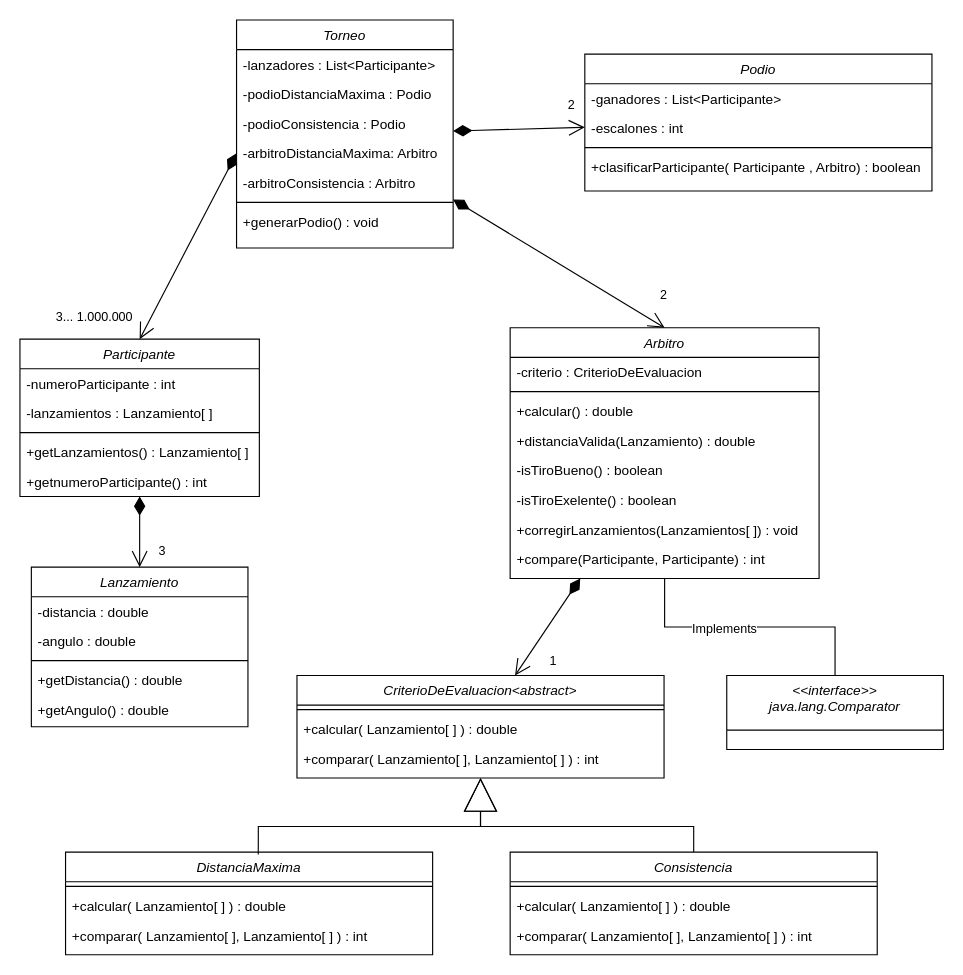
Dami1223/LanzandoELCaber keeps this draw.io diagram as page "Page-1" (1 of 3) of LanzandoCaber/Lanzando el cáber .drawio. Above is the earlier version. Source tidied: cells renumbered, new cells numbered last; positions are measured from the earlier drawing's top-left corner, leaving out a move shared by most shapes. Both pictures are drawn from the tidied source at 114%, with x=0, y=0 at pixel (19, 19).
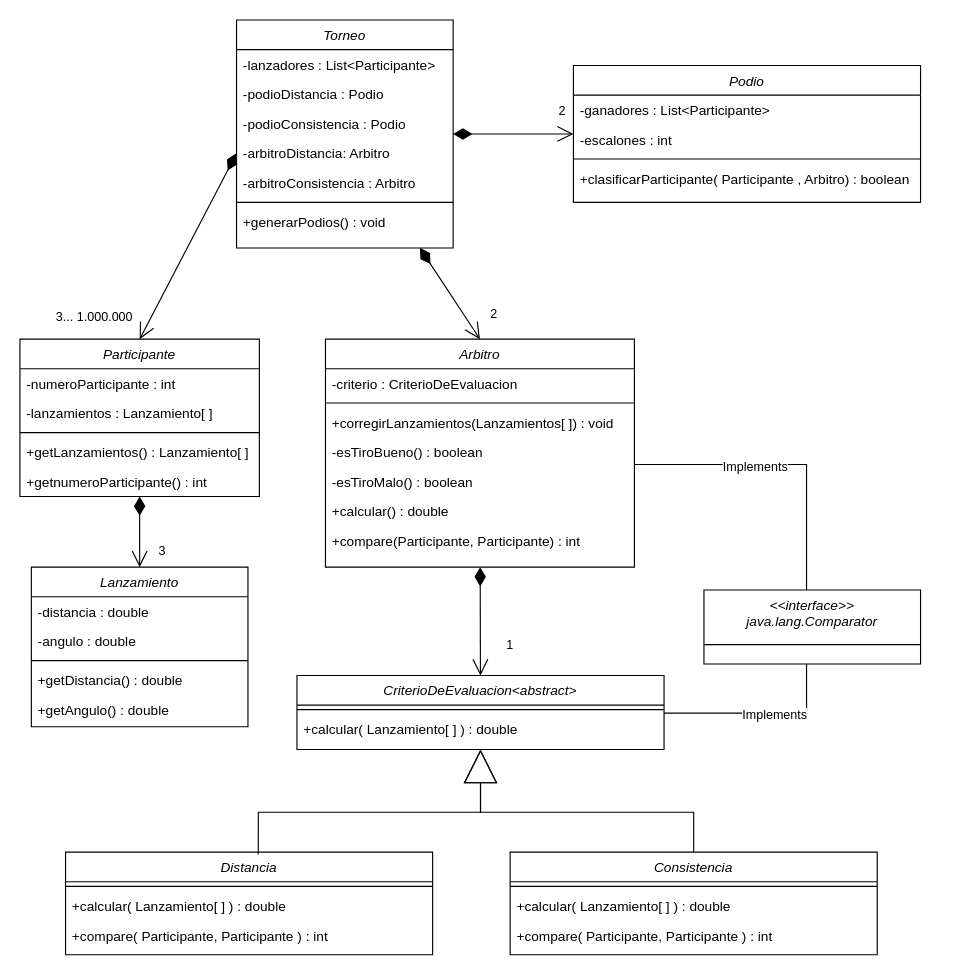
After the change.

Unchanged cells that the change refers to:
```xml
<mxCell id="14" value="Torneo" style="swimlane;fontStyle=2;align=center;verticalAlign=top;horizontal=1;startSize=26;rounded=0;shadow=0;strokeWidth=1;" parent="1" vertex="1">
  <mxGeometry x="190" width="190" height="200" as="geometry" />
</mxCell>
<mxCell id="49" value="Consistencia" style="swimlane;fontStyle=2;align=center;verticalAlign=top;horizontal=1;startSize=26;rounded=0;shadow=0;strokeWidth=1;" parent="1" vertex="1">
  <mxGeometry x="430" y="730" width="322" height="90" as="geometry" />
</mxCell>
```

Change to the diagram source:
```diff
@@
-    <mxCell id="16" value="-podioDistanciaMaxima : Podio" style="text;align=left;verticalAlign=top;spacingLeft=4;spacingRight=4;overflow=hidden;rounded=0;shadow=0;html=0;" parent="14" vertex="1">
+    <mxCell id="16" value="-podioDistancia : Podio" style="text;align=left;verticalAlign=top;spacingLeft=4;spacingRight=4;overflow=hidden;rounded=0;shadow=0;html=0;" parent="14" vertex="1">
       <mxGeometry y="52" width="190" height="26" as="geometry" />
     </mxCell>
@@
-    <mxCell id="18" value="-arbitroDistanciaMaxima: Arbitro" style="text;align=left;verticalAlign=top;spacingLeft=4;spacingRight=4;overflow=hidden;points=[[0,0.5],[1,0.5]];portConstraint=eastwest;rounded=0;shadow=0;html=0;" parent="14" vertex="1">
+    <mxCell id="18" value="-arbitroDistancia: Arbitro" style="text;align=left;verticalAlign=top;spacingLeft=4;spacingRight=4;overflow=hidden;points=[[0,0.5],[1,0.5]];portConstraint=eastwest;rounded=0;shadow=0;html=0;" parent="14" vertex="1">
       <mxGeometry y="104" width="190" height="26" as="geometry" />
     </mxCell>
@@
-    <mxCell id="21" value="+generarPodio() : void" style="text;align=left;verticalAlign=top;spacingLeft=4;spacingRight=4;overflow=hidden;" parent="14" vertex="1">
+    <mxCell id="21" value="+generarPodios() : void" style="text;align=left;verticalAlign=top;spacingLeft=4;spacingRight=4;overflow=hidden;" parent="14" vertex="1">
       <mxGeometry y="164" width="190" height="26" as="geometry" />
     </mxCell>
     <mxCell id="22" value="Podio" style="swimlane;fontStyle=2;align=center;verticalAlign=top;horizontal=1;startSize=26;rounded=0;shadow=0;strokeWidth=1;" parent="1" vertex="1">
-      <mxGeometry x="495.5" y="30" width="304.5" height="120" as="geometry" />
+      <mxGeometry x="485.5" y="40" width="304.5" height="120" as="geometry" />
     </mxCell>
@@
     <mxCell id="29" value="Arbitro" style="swimlane;fontStyle=2;align=center;verticalAlign=top;horizontal=1;startSize=26;rounded=0;shadow=0;strokeWidth=1;" parent="1" vertex="1">
-      <mxGeometry x="430" y="270" width="271" height="220" as="geometry" />
+      <mxGeometry x="268" y="280" width="271" height="200" as="geometry" />
     </mxCell>
@@
-    <mxCell id="32" value="+calcular() : double" style="text;align=left;verticalAlign=top;spacingLeft=4;spacingRight=4;overflow=hidden;" parent="29" vertex="1">
-      <mxGeometry y="60" width="271" height="26" as="geometry" />
-    </mxCell>
-    <mxCell id="33" value="+distanciaValida(Lanzamiento) : double" style="text;align=left;verticalAlign=top;spacingLeft=4;spacingRight=4;overflow=hidden;" parent="29" vertex="1">
-      <mxGeometry y="86" width="271" height="26" as="geometry" />
-    </mxCell>
+    <mxCell id="36" value="+corregirLanzamientos(Lanzamientos[ ]) : void" style="text;align=left;verticalAlign=top;spacingLeft=4;spacingRight=4;overflow=hidden;" parent="29" vertex="1">
+      <mxGeometry y="60" width="271" height="26" as="geometry" />
+    </mxCell>
-    <mxCell id="34" value="-isTiroBueno() : boolean" style="text;align=left;verticalAlign=top;spacingLeft=4;spacingRight=4;overflow=hidden;" parent="29" vertex="1">
-      <mxGeometry y="112" width="271" height="26" as="geometry" />
+    <mxCell id="34" value="-esTiroBueno() : boolean" style="text;align=left;verticalAlign=top;spacingLeft=4;spacingRight=4;overflow=hidden;" parent="29" vertex="1">
+      <mxGeometry y="86" width="271" height="26" as="geometry" />
     </mxCell>
-    <mxCell id="35" value="-isTiroExelente() : boolean" style="text;align=left;verticalAlign=top;spacingLeft=4;spacingRight=4;overflow=hidden;" parent="29" vertex="1">
-      <mxGeometry y="138" width="271" height="26" as="geometry" />
+    <mxCell id="35" value="-esTiroMalo() : boolean" style="text;align=left;verticalAlign=top;spacingLeft=4;spacingRight=4;overflow=hidden;" parent="29" vertex="1">
+      <mxGeometry y="112" width="271" height="26" as="geometry" />
     </mxCell>
-    <mxCell id="36" value="+corregirLanzamientos(Lanzamientos[ ]) : void" style="text;align=left;verticalAlign=top;spacingLeft=4;spacingRight=4;overflow=hidden;" parent="29" vertex="1">
-      <mxGeometry y="164" width="271" height="26" as="geometry" />
-    </mxCell>
+    <mxCell id="32" value="+calcular() : double" style="text;align=left;verticalAlign=top;spacingLeft=4;spacingRight=4;overflow=hidden;" parent="29" vertex="1">
+      <mxGeometry y="138" width="271" height="26" as="geometry" />
+    </mxCell>
     <mxCell id="37" value="+compare(Participante, Participante) : int" style="text;align=left;verticalAlign=top;spacingLeft=4;spacingRight=4;overflow=hidden;" parent="29" vertex="1">
-      <mxGeometry y="190" width="271" height="26" as="geometry" />
+      <mxGeometry y="164" width="271" height="26" as="geometry" />
     </mxCell>
@@
     <mxCell id="40" value="CriterioDeEvaluacion&lt;abstract&gt;" style="swimlane;fontStyle=2;align=center;verticalAlign=top;horizontal=1;startSize=26;rounded=0;shadow=0;strokeWidth=1;" parent="1" vertex="1">
-      <mxGeometry x="243" y="575" width="322" height="90" as="geometry" />
+      <mxGeometry x="243" y="575" width="322" height="65" as="geometry" />
     </mxCell>
@@
-    <mxCell id="43" value="+comparar( Lanzamiento[ ], Lanzamiento[ ] ) : int" style="text;align=left;verticalAlign=top;spacingLeft=4;spacingRight=4;overflow=hidden;rounded=0;shadow=0;html=0;" parent="40" vertex="1">
-      <mxGeometry y="60" width="322" height="26" as="geometry" />
-    </mxCell>
-    <mxCell id="44" value="DistanciaMaxima" style="swimlane;fontStyle=2;align=center;verticalAlign=top;horizontal=1;startSize=26;rounded=0;shadow=0;strokeWidth=1;" parent="1" vertex="1">
+    <mxCell id="44" value="Distancia" style="swimlane;fontStyle=2;align=center;verticalAlign=top;horizontal=1;startSize=26;rounded=0;shadow=0;strokeWidth=1;" parent="1" vertex="1">
       <mxGeometry x="40" y="730" width="322" height="90" as="geometry" />
     </mxCell>
@@
-    <mxCell id="47" value="+comparar( Lanzamiento[ ], Lanzamiento[ ] ) : int" style="text;align=left;verticalAlign=top;spacingLeft=4;spacingRight=4;overflow=hidden;rounded=0;shadow=0;html=0;" parent="44" vertex="1">
+    <mxCell id="47" value="+compare( Participante, Participante ) : int" style="text;align=left;verticalAlign=top;spacingLeft=4;spacingRight=4;overflow=hidden;rounded=0;shadow=0;html=0;" parent="44" vertex="1">
       <mxGeometry y="60" width="322" height="26" as="geometry" />
     </mxCell>
@@
-    <mxCell id="52" value="+comparar( Lanzamiento[ ], Lanzamiento[ ] ) : int" style="text;align=left;verticalAlign=top;spacingLeft=4;spacingRight=4;overflow=hidden;rounded=0;shadow=0;html=0;" parent="49" vertex="1">
+    <mxCell id="52" value="+compare( Participante, Participante ) : int" style="text;align=left;verticalAlign=top;spacingLeft=4;spacingRight=4;overflow=hidden;rounded=0;shadow=0;html=0;" parent="49" vertex="1">
       <mxGeometry y="60" width="322" height="26" as="geometry" />
     </mxCell>
@@
     <mxCell id="55" style="edgeStyle=orthogonalEdgeStyle;rounded=0;jettySize=auto;html=1;endArrow=none;endFill=0;endSize=27;" parent="1" edge="1" source="57" target="29">
-      <mxGeometry relative="1" as="geometry" />
+      <mxGeometry relative="1" as="geometry">
+        <Array as="points">
+          <mxPoint x="690" y="390" />
+        </Array>
+      </mxGeometry>
     </mxCell>
@@
     <mxCell id="57" value="&lt;&lt;interface&gt;&gt;&#10;java.lang.Comparator" style="swimlane;fontStyle=2;align=center;verticalAlign=top;horizontal=1;startSize=48;rounded=0;shadow=0;strokeWidth=1;" parent="1" vertex="1">
-      <mxGeometry x="620" y="575" width="190" height="65" as="geometry" />
+      <mxGeometry x="600" y="500" width="190" height="65" as="geometry" />
     </mxCell>
+    <mxCell id="58" style="edgeStyle=orthogonalEdgeStyle;rounded=0;jettySize=auto;html=1;endArrow=none;endFill=0;endSize=27;" parent="1" edge="1" source="57" target="40">
+      <mxGeometry relative="1" as="geometry">
+        <Array as="points">
+          <mxPoint x="690" y="608" />
+        </Array>
+      </mxGeometry>
+    </mxCell>
+    <mxCell id="59" value="Implements" style="edgeLabel;html=1;align=center;verticalAlign=middle;" parent="58" vertex="1">
+      <mxGeometry x="0.2" y="1" relative="1" as="geometry">
+        <mxPoint x="29" as="offset" />
+      </mxGeometry>
+    </mxCell>
```
